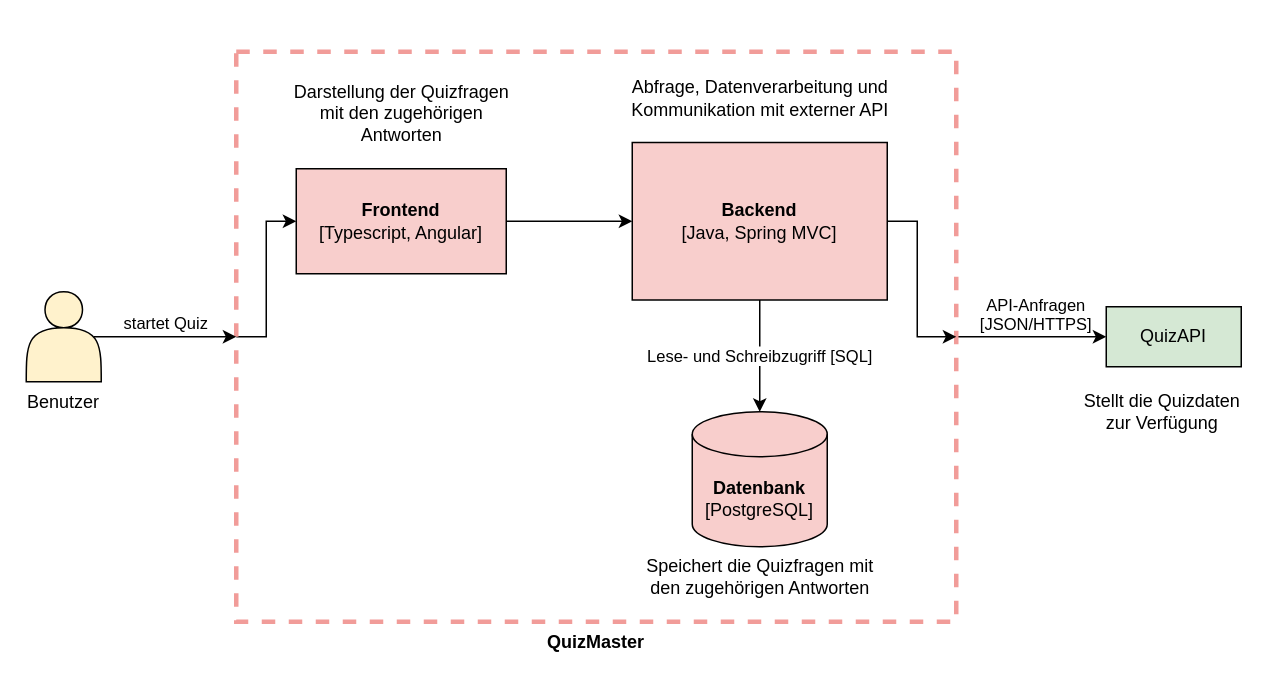
This is diagrams/ContainerDiagram.drawio from FranziskaGreiner/QuizMaster, a draw.io file, before an edit. Source tidied: cells renumbered, new cells numbered last; positions are measured from the earlier drawing's top-left corner, leaving out a move shared by most shapes. Both pictures are drawn from the tidied source at 150%, with x=0, y=0 at pixel (26, 51).
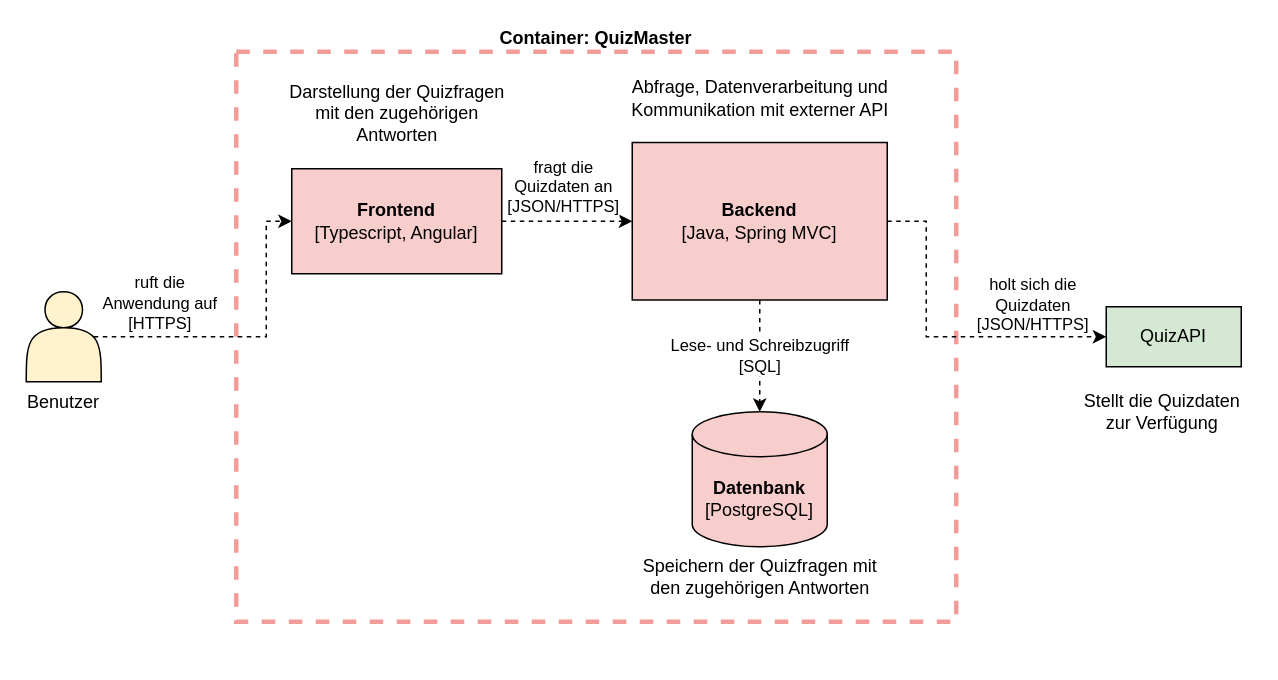
Above is the later version.

Unchanged cells that the change refers to:
```xml
<mxCell id="6" value="QuizAPI" style="rounded=0;whiteSpace=wrap;html=1;fillColor=#d5e8d4;strokeColor=#000000;" parent="1" vertex="1">
  <mxGeometry x="720" y="170" width="90" height="40" as="geometry" />
</mxCell>
<mxCell id="8" value="Benutzer" style="shape=actor;whiteSpace=wrap;html=1;labelPosition=center;verticalLabelPosition=bottom;align=center;verticalAlign=top;fillColor=#fff2cc;strokeColor=#000000;" parent="1" vertex="1">
  <mxGeometry y="160" width="50" height="60" as="geometry" />
</mxCell>
<mxCell id="10" value="&lt;div&gt;&lt;b&gt;Datenbank&lt;/b&gt;&lt;/div&gt;&lt;div&gt;[PostgreSQL]&lt;br&gt;&lt;/div&gt;" style="shape=cylinder3;whiteSpace=wrap;html=1;boundedLbl=1;backgroundOutline=1;size=15;fillColor=#F8CECC;" parent="1" vertex="1">
  <mxGeometry x="444" y="240" width="90" height="90" as="geometry" />
</mxCell>
<mxCell id="15" value="&lt;div&gt;&lt;b&gt;Backend&lt;/b&gt;&lt;/div&gt;&lt;div&gt;[Java, Spring MVC]&lt;br&gt;&lt;/div&gt;" style="rounded=0;whiteSpace=wrap;html=1;fillColor=#F8CECC;" parent="1" vertex="1">
  <mxGeometry x="404" y="60.5" width="170" height="105" as="geometry" />
</mxCell>
```

What changed in the source:
```diff
@@
+    <mxCell id="5" value="Container: QuizMaster" style="rounded=0;whiteSpace=wrap;html=1;fontStyle=1;fillColor=none;strokeColor=#F19C99;dashed=1;strokeWidth=3;labelPosition=center;verticalLabelPosition=top;align=center;verticalAlign=bottom;" parent="1" vertex="1">
+      <mxGeometry x="140" width="480" height="380" as="geometry" />
+    </mxCell>
-    <mxCell id="2" style="edgeStyle=orthogonalEdgeStyle;rounded=0;jettySize=auto;html=1;exitX=1;exitY=0.5;exitDx=0;exitDy=0;entryX=0;entryY=0.5;entryDx=0;entryDy=0;fontColor=#000000;strokeColor=#000000;" parent="1" edge="1" source="5" target="6">
-      <mxGeometry relative="1" as="geometry" />
+    <mxCell id="2" style="edgeStyle=orthogonalEdgeStyle;rounded=0;jettySize=auto;html=1;exitX=1;exitY=0.5;exitDx=0;exitDy=0;entryX=0;entryY=0.5;entryDx=0;entryDy=0;fontColor=#000000;strokeColor=#000000;dashed=1;" parent="1" edge="1" source="15" target="6">
+      <mxGeometry relative="1" as="geometry">
+        <Array as="points">
+          <mxPoint x="600" y="113" />
+          <mxPoint x="600" y="190" />
+        </Array>
+      </mxGeometry>
     </mxCell>
-    <mxCell id="3" value="&lt;div&gt;API-Anfragen&lt;/div&gt;&lt;div&gt;[JSON/HTTPS]&lt;br&gt;&lt;/div&gt;" style="edgeLabel;html=1;align=center;verticalAlign=bottom;fontColor=#000000;labelPosition=center;verticalLabelPosition=top;" parent="2" vertex="1">
+    <mxCell id="3" value="&lt;div&gt;holt sich die&lt;/div&gt;&lt;div&gt;Quizdaten&lt;br&gt;&lt;/div&gt;&lt;div&gt;[JSON/HTTPS]&lt;br&gt;&lt;/div&gt;" style="edgeLabel;html=1;align=center;verticalAlign=bottom;fontColor=#000000;labelPosition=center;verticalLabelPosition=top;" parent="2" vertex="1">
       <mxGeometry x="-0.19" y="-4" relative="1" as="geometry">
-        <mxPoint x="11" y="-4" as="offset" />
+        <mxPoint x="74" y="13" as="offset" />
       </mxGeometry>
     </mxCell>
-    <mxCell id="4" style="edgeStyle=orthogonalEdgeStyle;rounded=0;jettySize=auto;html=1;exitX=0;exitY=0.5;exitDx=0;exitDy=0;entryX=0;entryY=0.5;entryDx=0;entryDy=0;" parent="1" edge="1" source="5" target="12">
-      <mxGeometry relative="1" as="geometry">
-        <Array as="points">
-          <mxPoint x="160" y="190" />
-          <mxPoint x="160" y="113" />
-        </Array>
-      </mxGeometry>
-    </mxCell>
-    <mxCell id="5" value="QuizMaster" style="rounded=0;whiteSpace=wrap;html=1;fontStyle=1;fillColor=none;strokeColor=#F19C99;dashed=1;strokeWidth=3;labelPosition=center;verticalLabelPosition=bottom;align=center;verticalAlign=top;" parent="1" vertex="1">
-      <mxGeometry x="140" width="480" height="380" as="geometry" />
-    </mxCell>
@@
-    <mxCell id="7" value="startet Quiz" style="edgeStyle=orthogonalEdgeStyle;rounded=0;jettySize=auto;html=1;exitX=0.9;exitY=0.5;exitDx=0;exitDy=0;exitPerimeter=0;entryX=0;entryY=0.5;entryDx=0;entryDy=0;fontColor=#000000;strokeColor=#000000;labelPosition=center;verticalLabelPosition=top;align=center;verticalAlign=bottom;" parent="1" edge="1" source="8" target="5">
-      <mxGeometry relative="1" as="geometry" />
+    <mxCell id="7" value="&lt;div&gt;ruft die&lt;/div&gt;&lt;div&gt;Anwendung auf&lt;/div&gt;&lt;div&gt;[HTTPS]&lt;br&gt;&lt;/div&gt;" style="edgeStyle=orthogonalEdgeStyle;rounded=0;jettySize=auto;html=1;exitX=0.9;exitY=0.5;exitDx=0;exitDy=0;exitPerimeter=0;entryX=0;entryY=0.5;entryDx=0;entryDy=0;fontColor=#000000;strokeColor=#000000;labelPosition=center;verticalLabelPosition=top;align=center;verticalAlign=bottom;dashed=1;" parent="1" edge="1" source="8" target="12">
+      <mxGeometry x="-0.58" relative="1" as="geometry">
+        <Array as="points">
+          <mxPoint x="160" y="190" />
+          <mxPoint x="160" y="113" />
+        </Array>
+      </mxGeometry>
     </mxCell>
@@
-    <mxCell id="11" style="edgeStyle=orthogonalEdgeStyle;rounded=0;jettySize=auto;html=1;entryX=0;entryY=0.5;entryDx=0;entryDy=0;" parent="1" edge="1" source="12" target="15">
-      <mxGeometry relative="1" as="geometry" />
+    <mxCell id="11" value="&lt;div&gt;fragt die&lt;/div&gt;&lt;div&gt;Quizdaten an&lt;/div&gt;&lt;div&gt;[JSON/HTTPS]&lt;br&gt;&lt;/div&gt;" style="edgeStyle=orthogonalEdgeStyle;rounded=0;jettySize=auto;html=1;entryX=0;entryY=0.5;entryDx=0;entryDy=0;dashed=1;" parent="1" edge="1" source="12" target="15">
+      <mxGeometry x="-0.05" y="23" relative="1" as="geometry" />
     </mxCell>
     <mxCell id="12" value="&lt;div&gt;&lt;b&gt;Frontend&lt;/b&gt;&lt;/div&gt;&lt;div&gt;[Typescript, Angular]&lt;br&gt;&lt;/div&gt;" style="rounded=0;whiteSpace=wrap;html=1;fillColor=#F8CECC;" parent="1" vertex="1">
-      <mxGeometry x="180" y="78" width="140" height="70" as="geometry" />
+      <mxGeometry x="177" y="78" width="140" height="70" as="geometry" />
     </mxCell>
-    <mxCell id="13" value="Lese- und Schreibzugriff [SQL]" style="edgeStyle=orthogonalEdgeStyle;rounded=0;jettySize=auto;html=1;exitX=0.5;exitY=1;exitDx=0;exitDy=0;entryX=0.5;entryY=0;entryDx=0;entryDy=0;entryPerimeter=0;" parent="1" edge="1" source="15" target="10">
+    <mxCell id="13" value="&lt;div&gt;Lese- und Schreibzugriff&lt;/div&gt;&lt;div&gt;[SQL]&lt;/div&gt;" style="edgeStyle=orthogonalEdgeStyle;rounded=0;jettySize=auto;html=1;exitX=0.5;exitY=1;exitDx=0;exitDy=0;entryX=0.5;entryY=0;entryDx=0;entryDy=0;entryPerimeter=0;dashed=1;" parent="1" edge="1" source="15" target="10">
       <mxGeometry relative="1" as="geometry" />
     </mxCell>
-    <mxCell id="14" style="edgeStyle=orthogonalEdgeStyle;rounded=0;jettySize=auto;html=1;exitX=1;exitY=0.5;exitDx=0;exitDy=0;entryX=1;entryY=0.5;entryDx=0;entryDy=0;" parent="1" edge="1" source="15" target="5">
-      <mxGeometry relative="1" as="geometry" />
-    </mxCell>
@@
-    <mxCell id="16" value="&lt;div&gt;Speichert die Quizfragen mit&lt;/div&gt;&lt;div&gt;den zugehörigen Antworten&lt;br&gt;&lt;/div&gt;" style="text;html=1;align=center;verticalAlign=middle;strokeColor=none;fillColor=none;fontColor=#000000;" parent="1" vertex="1">
-      <mxGeometry x="404" y="330" width="170" height="40" as="geometry" />
+    <mxCell id="16" value="&lt;div&gt;Speichern der Quizfragen mit&lt;/div&gt;&lt;div&gt;den zugehörigen Antworten&lt;br&gt;&lt;/div&gt;" style="text;html=1;align=center;verticalAlign=middle;strokeColor=none;fillColor=none;fontColor=#000000;" parent="1" vertex="1">
+      <mxGeometry x="399" y="330" width="180" height="40" as="geometry" />
     </mxCell>
@@
     <mxCell id="18" value="&lt;div&gt;Darstellung der Quizfragen&lt;/div&gt;&lt;div&gt;mit den zugehörigen&lt;/div&gt;&lt;div&gt;Antworten &lt;/div&gt;" style="text;html=1;align=center;verticalAlign=middle;strokeColor=none;fillColor=none;fontColor=#000000;" parent="1" vertex="1">
-      <mxGeometry x="170" y="10.5" width="160" height="60" as="geometry" />
+      <mxGeometry x="167" y="10.5" width="160" height="60" as="geometry" />
     </mxCell>
```
